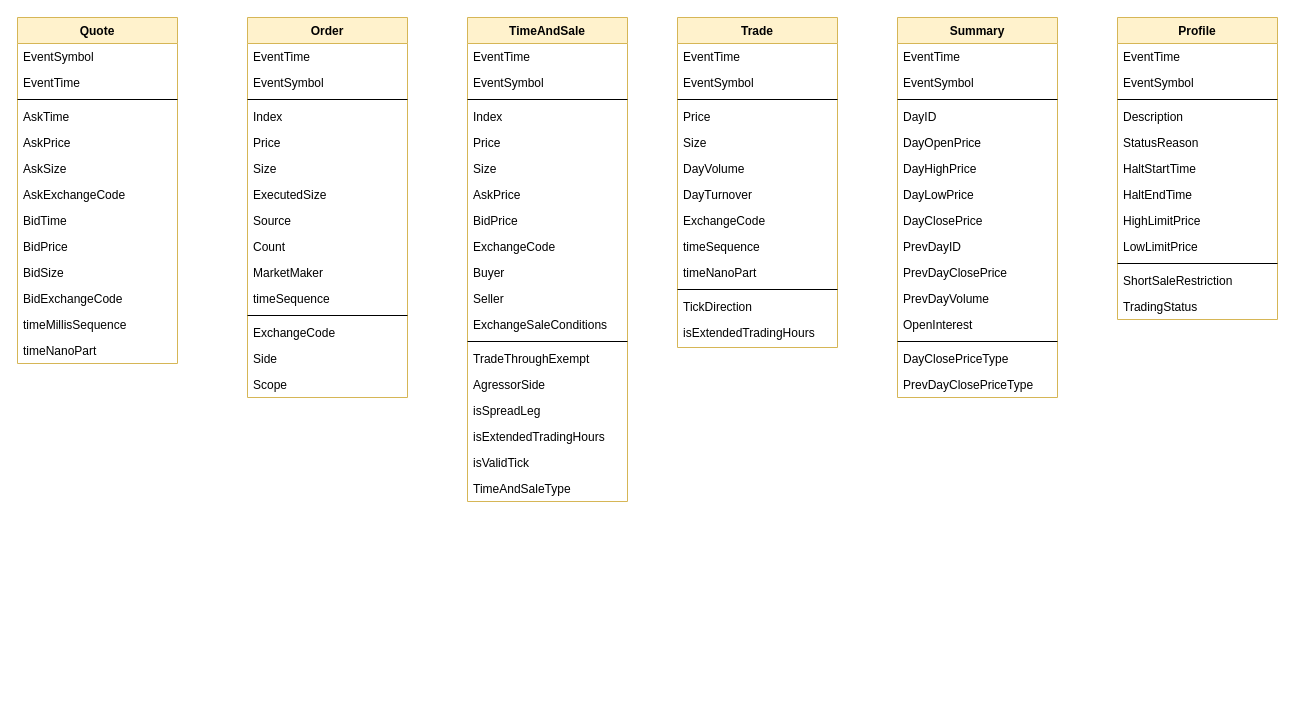
Tubala85/documents keeps this draw.io diagram as Untitled Diagram.drawio. Above is the earlier version. Source tidied: cells renumbered, new cells numbered last; positions are measured from the earlier drawing's top-left corner, leaving out a move shared by most shapes. Both pictures are drawn from the tidied source at 100%, with x=0, y=0 at pixel (17, 17).
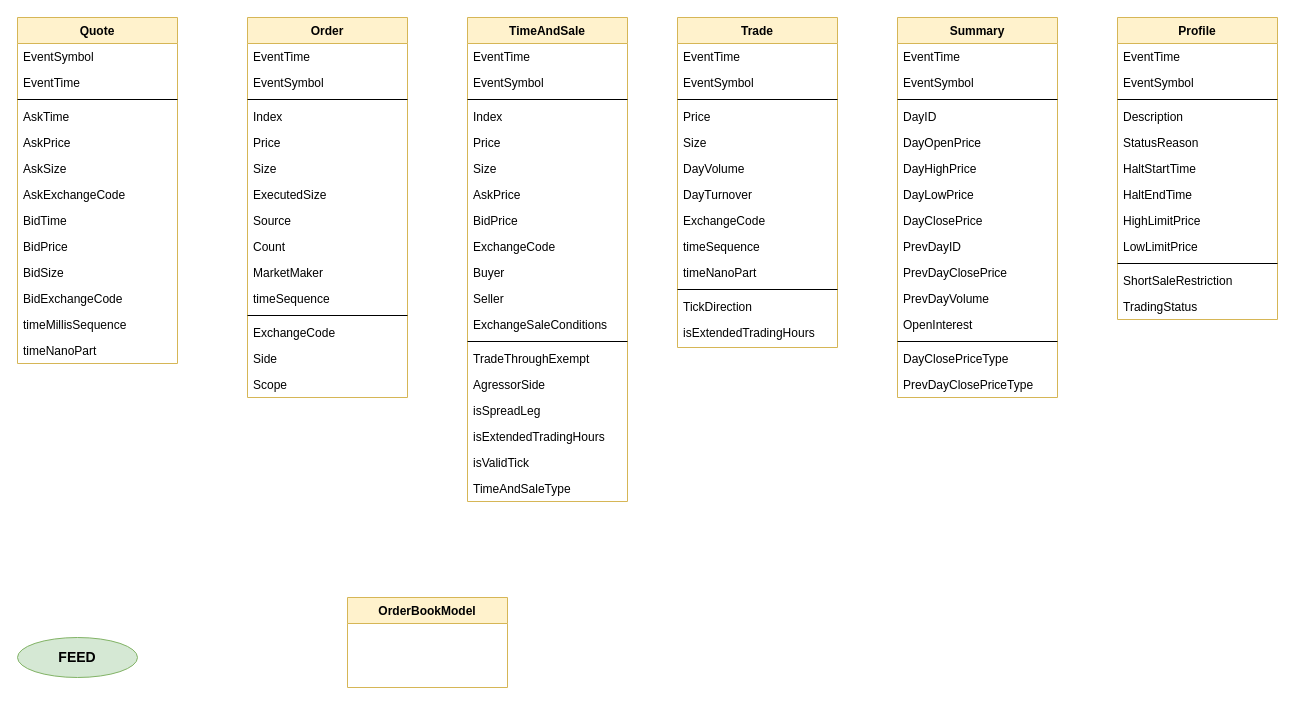
Above is the later version.

What changed in the source:
```diff
@@
+    <mxCell id="95" value="FEED" style="ellipse;whiteSpace=wrap;html=1;fillColor=#d5e8d4;strokeColor=#82b366;fontStyle=1;fontSize=14;" parent="1" vertex="1">
+      <mxGeometry y="620" width="120" height="40" as="geometry" />
+    </mxCell>
+    <mxCell id="96" value="OrderBookModel" style="swimlane;fontStyle=1;align=center;verticalAlign=top;horizontal=1;startSize=26;rounded=0;shadow=0;strokeWidth=1;fillColor=#fff2cc;strokeColor=#d6b656;" parent="1" vertex="1">
+      <mxGeometry x="330" y="580" width="160" height="90" as="geometry" />
+    </mxCell>
```
